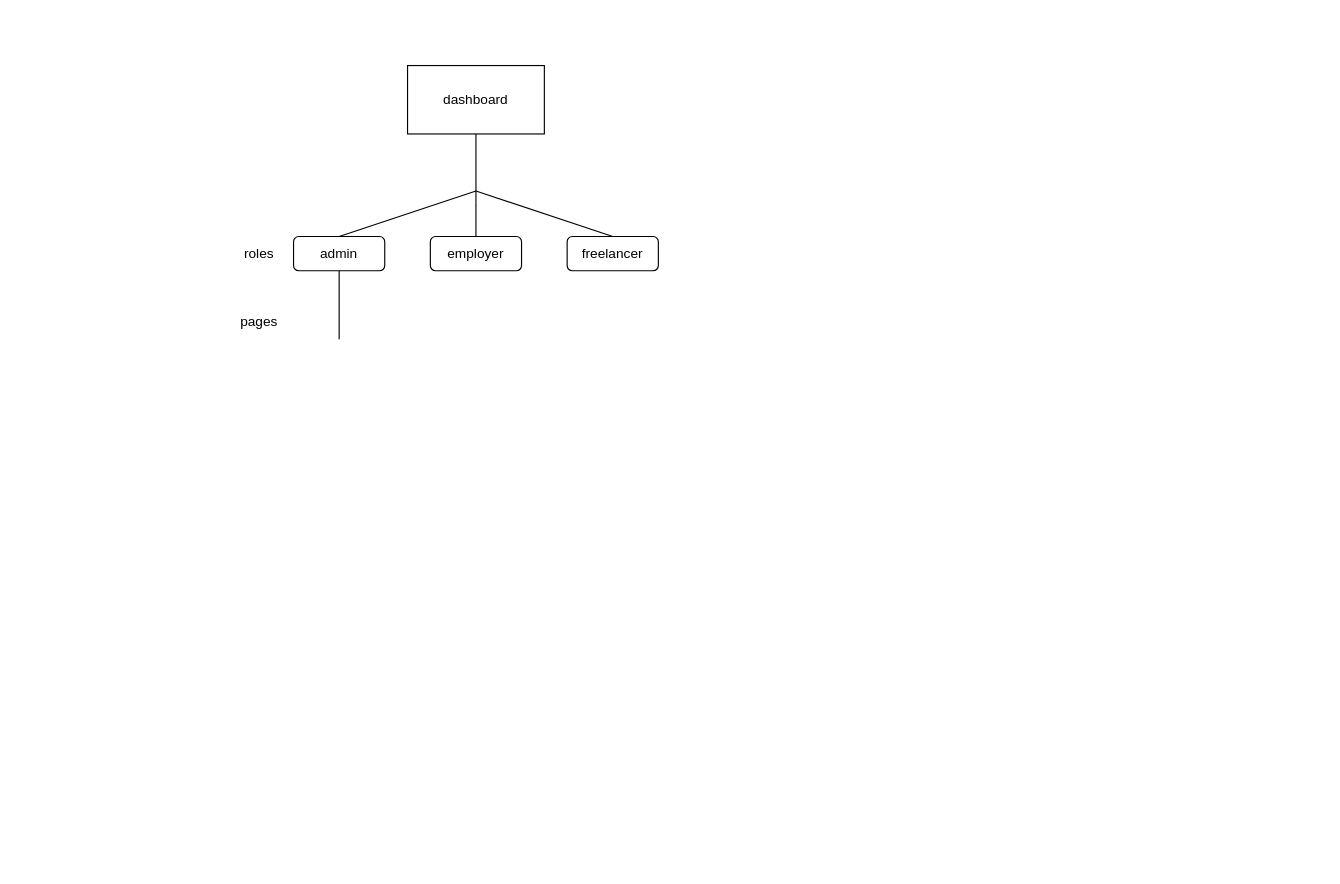
Earlier version of the draw.io diagram base/dashboard-folder-structur.drawio (RwinZakeri/up). Source tidied: cells renumbered, new cells numbered last; positions are measured from the earlier drawing's top-left corner, leaving out a move shared by most shapes. Both pictures are drawn from the tidied source at 114%, with x=0, y=0 at pixel (225, 65).
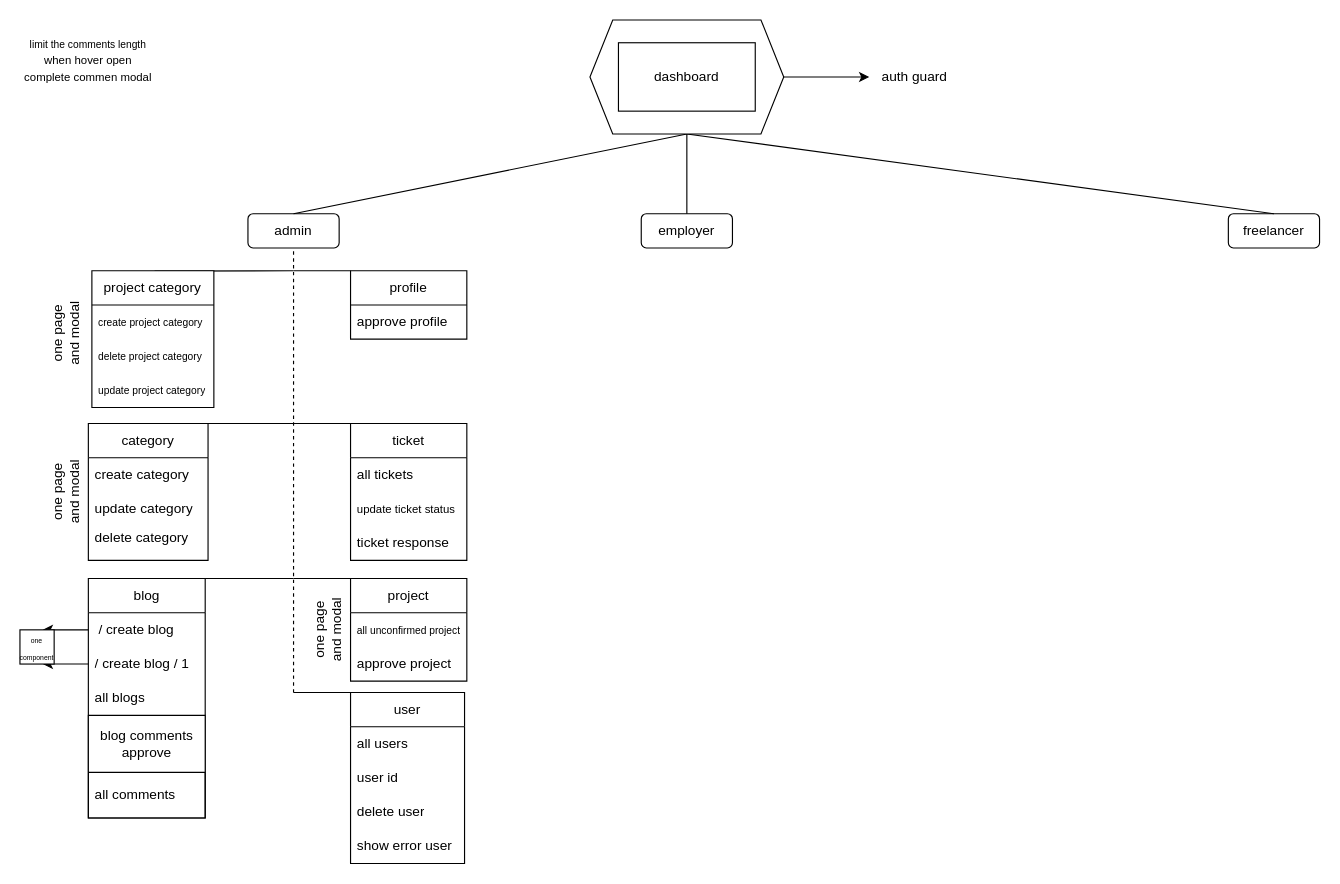
The same diagram, later.

Commit message:
[base] working on admin folder structure

What changed in the source:
```diff
@@
-    <mxCell id="2" value="dashboard" style="rounded=0;whiteSpace=wrap;html=1;" parent="1" vertex="1">
-      <mxGeometry x="160" width="120" height="60" as="geometry" />
-    </mxCell>
-    <mxCell id="3" style="endArrow=none;html=1;rounded=0;entryX=0.5;entryY=1;entryDx=0;entryDy=0;" parent="1" edge="1" target="2">
-      <mxGeometry relative="1" as="geometry">
-        <mxPoint x="220" y="120" as="sourcePoint" />
-      </mxGeometry>
-    </mxCell>
     <mxCell id="4" value="freelancer" style="rounded=1;whiteSpace=wrap;html=1;" parent="1" vertex="1">
-      <mxGeometry x="300" y="150" width="80" height="30" as="geometry" />
+      <mxGeometry x="880" y="130" width="80" height="30" as="geometry" />
     </mxCell>
     <mxCell id="5" value="employer" style="rounded=1;whiteSpace=wrap;html=1;" parent="1" vertex="1">
-      <mxGeometry x="180" y="150" width="80" height="30" as="geometry" />
+      <mxGeometry x="365" y="130" width="80" height="30" as="geometry" />
     </mxCell>
     <mxCell id="6" value="admin" style="rounded=1;whiteSpace=wrap;html=1;" parent="1" vertex="1">
-      <mxGeometry x="60" y="150" width="80" height="30" as="geometry" />
+      <mxGeometry x="20" y="130" width="80" height="30" as="geometry" />
     </mxCell>
-    <mxCell id="7" style="endArrow=none;html=1;rounded=0;exitX=0.5;exitY=0;exitDx=0;exitDy=0;" parent="1" edge="1" source="5">
-      <mxGeometry relative="1" as="geometry">
-        <mxPoint x="220" y="120" as="targetPoint" />
-      </mxGeometry>
+    <mxCell id="7" style="endArrow=none;html=1;rounded=0;exitX=0.5;exitY=0;exitDx=0;exitDy=0;entryX=0.5;entryY=1;entryDx=0;entryDy=0;" parent="1" edge="1" source="5" target="13">
+      <mxGeometry relative="1" as="geometry" />
     </mxCell>
-    <mxCell id="8" style="endArrow=none;html=1;rounded=0;exitX=0.5;exitY=0;exitDx=0;exitDy=0;" parent="1" edge="1" source="6">
-      <mxGeometry relative="1" as="geometry">
-        <mxPoint x="220" y="110" as="targetPoint" />
-      </mxGeometry>
+    <mxCell id="8" style="endArrow=none;html=1;rounded=0;exitX=0.5;exitY=0;exitDx=0;exitDy=0;entryX=0.5;entryY=1;entryDx=0;entryDy=0;" parent="1" edge="1" source="6" target="13">
+      <mxGeometry relative="1" as="geometry" />
     </mxCell>
-    <mxCell id="9" style="endArrow=none;html=1;rounded=0;exitX=0.5;exitY=0;exitDx=0;exitDy=0;" parent="1" edge="1" source="4">
-      <mxGeometry relative="1" as="geometry">
-        <mxPoint x="220" y="110" as="targetPoint" />
-      </mxGeometry>
+    <mxCell id="9" style="endArrow=none;html=1;rounded=0;exitX=0.5;exitY=0;exitDx=0;exitDy=0;entryX=0.5;entryY=1;entryDx=0;entryDy=0;" parent="1" edge="1" source="4" target="13">
+      <mxGeometry relative="1" as="geometry" />
     </mxCell>
-    <mxCell id="10" value="roles" style="text;html=1;align=center;verticalAlign=middle;whiteSpace=wrap;rounded=0;" parent="1" vertex="1">
-      <mxGeometry y="150" width="60" height="30" as="geometry" />
-    </mxCell>
-    <mxCell id="11" style="endArrow=none;html=1;rounded=0;entryX=0.5;entryY=1;entryDx=0;entryDy=0;" parent="1" edge="1" target="6">
+    <mxCell id="11" style="endArrow=none;html=1;rounded=0;exitX=0.5;exitY=0;exitDx=0;exitDy=0;" parent="1" edge="1" source="16">
       <mxGeometry relative="1" as="geometry">
-        <mxPoint x="100" y="240" as="sourcePoint" />
+        <mxPoint x="110" y="314" as="targetPoint" />
       </mxGeometry>
     </mxCell>
-    <mxCell id="12" value="pages" style="text;html=1;align=center;verticalAlign=middle;whiteSpace=wrap;rounded=0;" parent="1" vertex="1">
-      <mxGeometry y="210" width="60" height="30" as="geometry" />
-    </mxCell>
+    <mxCell id="13" style="shape=hexagon;perimeter=hexagonPerimeter2;whiteSpace=wrap;html=1;fixedSize=1;" parent="1" vertex="1">
+      <mxGeometry x="320" y="-40" width="170" height="100" as="geometry" />
+    </mxCell>
+    <mxCell id="2" value="dashboard" style="rounded=0;whiteSpace=wrap;html=1;" parent="1" vertex="1">
+      <mxGeometry x="345" y="-20" width="120" height="60" as="geometry" />
+    </mxCell>
+    <mxCell id="14" style="endArrow=classic;html=1;rounded=0;exitX=1;exitY=0.5;exitDx=0;exitDy=0;" parent="1" edge="1" source="13">
+      <mxGeometry relative="1" as="geometry">
+        <mxPoint x="565" y="10" as="targetPoint" />
+      </mxGeometry>
+    </mxCell>
+    <mxCell id="15" value="auth guard" style="text;html=1;align=center;verticalAlign=middle;whiteSpace=wrap;rounded=0;" parent="1" vertex="1">
+      <mxGeometry x="575" y="-5" width="60" height="30" as="geometry" />
+    </mxCell>
+    <mxCell id="16" value="category" style="swimlane;fontStyle=0;horizontal=1;startSize=30;whiteSpace=wrap;html=1;" parent="1" vertex="1">
+      <mxGeometry x="-120" y="314" width="105" height="120" as="geometry" />
+    </mxCell>
+    <mxCell id="17" value="create category" style="text;strokeColor=none;fillColor=none;align=left;verticalAlign=middle;spacingLeft=4;spacingRight=4;overflow=hidden;whiteSpace=wrap;html=1;" parent="16" vertex="1">
+      <mxGeometry y="30" width="105" height="30" as="geometry" />
+    </mxCell>
+    <mxCell id="18" value="update category" style="text;strokeColor=none;fillColor=none;align=left;verticalAlign=middle;spacingLeft=4;spacingRight=4;overflow=hidden;whiteSpace=wrap;html=1;" parent="16" vertex="1">
+      <mxGeometry y="60" width="105" height="30" as="geometry" />
+    </mxCell>
+    <mxCell id="19" value="delete category&lt;div&gt;&lt;br&gt;&lt;/div&gt;" style="text;strokeColor=none;fillColor=none;align=left;verticalAlign=middle;spacingLeft=4;spacingRight=4;overflow=hidden;whiteSpace=wrap;html=1;" parent="16" vertex="1">
+      <mxGeometry y="90" width="105" height="30" as="geometry" />
+    </mxCell>
+    <mxCell id="20" value="one page and modal" style="text;html=1;align=center;verticalAlign=middle;whiteSpace=wrap;rounded=0;rotation=-90;" parent="1" vertex="1">
+      <mxGeometry x="-170" y="359" width="60" height="30" as="geometry" />
+    </mxCell>
+    <mxCell id="21" style="endArrow=none;html=1;rounded=0;exitX=0.512;exitY=0;exitDx=0;exitDy=0;exitPerimeter=0;" parent="1" edge="1" source="22">
+      <mxGeometry relative="1" as="geometry">
+        <mxPoint x="60" y="450" as="targetPoint" />
+      </mxGeometry>
+    </mxCell>
+    <mxCell id="22" value="blog" style="swimlane;fontStyle=0;horizontal=1;startSize=30;whiteSpace=wrap;html=1;" parent="1" vertex="1">
+      <mxGeometry x="-120" y="450" width="102.5" height="210" as="geometry" />
+    </mxCell>
+    <mxCell id="23" style="edgeStyle=orthogonalEdgeStyle;rounded=0;jettySize=auto;html=1;" parent="22" edge="1" source="24">
+      <mxGeometry relative="1" as="geometry">
+        <mxPoint x="-40" y="45" as="targetPoint" />
+      </mxGeometry>
+    </mxCell>
+    <mxCell id="24" value="&amp;nbsp;/ create blog" style="text;strokeColor=none;fillColor=none;align=left;verticalAlign=middle;spacingLeft=4;spacingRight=4;overflow=hidden;points=[[0,0.5],[1,0.5]];portConstraint=eastwest;whiteSpace=wrap;html=1;" parent="22" vertex="1">
+      <mxGeometry y="30" width="102.5" height="30" as="geometry" />
+    </mxCell>
+    <mxCell id="25" style="edgeStyle=orthogonalEdgeStyle;rounded=0;jettySize=auto;html=1;" parent="22" edge="1" source="26">
+      <mxGeometry relative="1" as="geometry">
+        <mxPoint x="-40" y="75" as="targetPoint" />
+      </mxGeometry>
+    </mxCell>
+    <mxCell id="26" value="/ create blog / 1" style="text;strokeColor=none;fillColor=none;align=left;verticalAlign=middle;spacingLeft=4;spacingRight=4;overflow=hidden;points=[[0,0.5],[1,0.5]];portConstraint=eastwest;whiteSpace=wrap;html=1;" parent="22" vertex="1">
+      <mxGeometry y="60" width="102.5" height="30" as="geometry" />
+    </mxCell>
+    <mxCell id="27" value="all blogs" style="text;strokeColor=none;fillColor=none;align=left;verticalAlign=middle;spacingLeft=4;spacingRight=4;overflow=hidden;whiteSpace=wrap;html=1;" parent="22" vertex="1">
+      <mxGeometry y="90" width="102.5" height="30" as="geometry" />
+    </mxCell>
+    <mxCell id="28" value="blog comments approve" style="swimlane;fontStyle=0;horizontal=1;startSize=50;whiteSpace=wrap;html=1;" parent="22" vertex="1">
+      <mxGeometry y="120" width="102.5" height="90" as="geometry" />
+    </mxCell>
+    <mxCell id="29" value="all comments" style="text;strokeColor=none;fillColor=none;align=left;verticalAlign=middle;spacingLeft=4;spacingRight=4;overflow=hidden;whiteSpace=wrap;html=1;" parent="28" vertex="1">
+      <mxGeometry y="50" width="102.5" height="40" as="geometry" />
+    </mxCell>
+    <mxCell id="30" value="&lt;font style=&quot;font-size: 9px;&quot;&gt;limit the comments length&lt;/font&gt;&lt;div&gt;&lt;font size=&quot;1&quot;&gt;when hover open complete commen modal&lt;/font&gt;&lt;/div&gt;" style="text;html=1;align=center;verticalAlign=middle;whiteSpace=wrap;rounded=0;" parent="1" vertex="1">
+      <mxGeometry x="-180" y="-40" width="120" height="70" as="geometry" />
+    </mxCell>
+    <mxCell id="31" value="&lt;font style=&quot;font-size: 6px;&quot;&gt;one component&lt;/font&gt;" style="rounded=0;whiteSpace=wrap;html=1;" parent="1" vertex="1">
+      <mxGeometry x="-180" y="495" width="30" height="30" as="geometry" />
+    </mxCell>
+    <mxCell id="32" style="endArrow=none;html=1;rounded=0;entryX=0.514;entryY=0.003;entryDx=0;entryDy=0;entryPerimeter=0;" parent="1" edge="1" target="41">
+      <mxGeometry relative="1" as="geometry">
+        <mxPoint x="60" y="180" as="sourcePoint" />
+      </mxGeometry>
+    </mxCell>
+    <mxCell id="33" value="profile" style="swimlane;fontStyle=0;horizontal=1;startSize=30;whiteSpace=wrap;html=1;" parent="1" vertex="1">
+      <mxGeometry x="110" y="180" width="102" height="60" as="geometry" />
+    </mxCell>
+    <mxCell id="34" value="approve profile&amp;nbsp;" style="text;strokeColor=none;fillColor=none;align=left;verticalAlign=middle;spacingLeft=4;spacingRight=4;overflow=hidden;whiteSpace=wrap;html=1;" parent="33" vertex="1">
+      <mxGeometry y="30" width="102" height="30" as="geometry" />
+    </mxCell>
+    <mxCell id="35" style="endArrow=none;html=1;rounded=0;entryX=0;entryY=0;entryDx=0;entryDy=0;" parent="1" edge="1" target="33">
+      <mxGeometry relative="1" as="geometry">
+        <mxPoint x="60" y="180" as="sourcePoint" />
+      </mxGeometry>
+    </mxCell>
+    <mxCell id="36" value="one page and modal" style="text;html=1;align=center;verticalAlign=middle;whiteSpace=wrap;rounded=0;rotation=-90;" parent="1" vertex="1">
+      <mxGeometry x="-170" y="220" width="60" height="30" as="geometry" />
+    </mxCell>
+    <mxCell id="37" value="project" style="swimlane;fontStyle=0;horizontal=1;startSize=30;whiteSpace=wrap;html=1;" parent="1" vertex="1">
+      <mxGeometry x="110" y="450" width="102" height="90" as="geometry" />
+    </mxCell>
+    <mxCell id="38" value="&lt;font style=&quot;font-size: 9px;&quot;&gt;all unconfirmed project&lt;/font&gt;" style="text;strokeColor=none;fillColor=none;align=left;verticalAlign=middle;spacingLeft=4;spacingRight=4;overflow=hidden;whiteSpace=wrap;html=1;" parent="37" vertex="1">
+      <mxGeometry y="30" width="102" height="30" as="geometry" />
+    </mxCell>
+    <mxCell id="39" value="approve project" style="text;strokeColor=none;fillColor=none;align=left;verticalAlign=middle;spacingLeft=4;spacingRight=4;overflow=hidden;whiteSpace=wrap;html=1;" parent="37" vertex="1">
+      <mxGeometry y="60" width="102" height="30" as="geometry" />
+    </mxCell>
+    <mxCell id="40" style="endArrow=none;html=1;rounded=0;entryX=0;entryY=0;entryDx=0;entryDy=0;" parent="1" edge="1" target="37">
+      <mxGeometry relative="1" as="geometry">
+        <mxPoint x="60" y="450" as="sourcePoint" />
+      </mxGeometry>
+    </mxCell>
+    <mxCell id="41" value="project category" style="swimlane;fontStyle=0;horizontal=1;startSize=30;whiteSpace=wrap;html=1;" parent="1" vertex="1">
+      <mxGeometry x="-116.9" y="180" width="107" height="120" as="geometry" />
+    </mxCell>
+    <mxCell id="42" value="&lt;font style=&quot;font-size: 9px;&quot;&gt;create project category&lt;/font&gt;" style="text;strokeColor=none;fillColor=none;align=left;verticalAlign=middle;spacingLeft=4;spacingRight=4;overflow=hidden;whiteSpace=wrap;html=1;" parent="41" vertex="1">
+      <mxGeometry y="30" width="107" height="30" as="geometry" />
+    </mxCell>
+    <mxCell id="43" value="&lt;font style=&quot;font-size: 9px;&quot;&gt;delete project category&amp;nbsp;&lt;/font&gt;" style="text;strokeColor=none;fillColor=none;align=left;verticalAlign=middle;spacingLeft=4;spacingRight=4;overflow=hidden;whiteSpace=wrap;html=1;" parent="41" vertex="1">
+      <mxGeometry y="60" width="107" height="30" as="geometry" />
+    </mxCell>
+    <mxCell id="44" value="&lt;font style=&quot;font-size: 9px;&quot;&gt;update project category&lt;/font&gt;" style="text;strokeColor=none;fillColor=none;align=left;verticalAlign=middle;spacingLeft=4;spacingRight=4;overflow=hidden;whiteSpace=wrap;html=1;" parent="41" vertex="1">
+      <mxGeometry y="90" width="107" height="30" as="geometry" />
+    </mxCell>
+    <mxCell id="45" value="one page and modal" style="text;html=1;align=center;verticalAlign=middle;whiteSpace=wrap;rounded=0;rotation=-90;" parent="1" vertex="1">
+      <mxGeometry x="60" y="480" width="60" height="30" as="geometry" />
+    </mxCell>
+    <mxCell id="46" value="ticket" style="swimlane;fontStyle=0;horizontal=1;startSize=30;whiteSpace=wrap;html=1;" parent="1" vertex="1">
+      <mxGeometry x="110" y="314" width="102" height="120" as="geometry" />
+    </mxCell>
+    <mxCell id="47" value="all tickets&amp;nbsp;" style="text;strokeColor=none;fillColor=none;align=left;verticalAlign=middle;spacingLeft=4;spacingRight=4;overflow=hidden;whiteSpace=wrap;html=1;" parent="46" vertex="1">
+      <mxGeometry y="30" width="102" height="30" as="geometry" />
+    </mxCell>
+    <mxCell id="48" value="&lt;font style=&quot;font-size: 10px;&quot;&gt;update ticket status&lt;/font&gt;" style="text;strokeColor=none;fillColor=none;align=left;verticalAlign=middle;spacingLeft=4;spacingRight=4;overflow=hidden;whiteSpace=wrap;html=1;" parent="46" vertex="1">
+      <mxGeometry y="60" width="102" height="30" as="geometry" />
+    </mxCell>
+    <mxCell id="49" value="ticket response" style="text;strokeColor=none;fillColor=none;align=left;verticalAlign=middle;spacingLeft=4;spacingRight=4;overflow=hidden;whiteSpace=wrap;html=1;" parent="46" vertex="1">
+      <mxGeometry y="90" width="102" height="30" as="geometry" />
+    </mxCell>
+    <mxCell id="50" style="endArrow=none;html=1;rounded=0;entryX=0.5;entryY=0;entryDx=0;entryDy=0;" parent="1" edge="1" target="46">
+      <mxGeometry relative="1" as="geometry">
+        <mxPoint x="50" y="314" as="sourcePoint" />
+      </mxGeometry>
+    </mxCell>
+    <mxCell id="51" style="endArrow=none;dashed=1;html=1;rounded=0;entryX=0.5;entryY=1;entryDx=0;entryDy=0;" parent="1" edge="1" target="6">
+      <mxGeometry relative="1" as="geometry">
+        <mxPoint x="60" y="550" as="sourcePoint" />
+      </mxGeometry>
+    </mxCell>
+    <mxCell id="52" value="user" style="swimlane;fontStyle=0;horizontal=1;startSize=30;whiteSpace=wrap;html=1;" parent="1" vertex="1">
+      <mxGeometry x="110" y="550" width="100" height="150" as="geometry" />
+    </mxCell>
+    <mxCell id="53" value="all users" style="text;strokeColor=none;fillColor=none;align=left;verticalAlign=middle;spacingLeft=4;spacingRight=4;overflow=hidden;whiteSpace=wrap;html=1;" parent="52" vertex="1">
+      <mxGeometry y="30" width="100" height="30" as="geometry" />
+    </mxCell>
+    <mxCell id="54" value="user id&amp;nbsp;" style="text;strokeColor=none;fillColor=none;align=left;verticalAlign=middle;spacingLeft=4;spacingRight=4;overflow=hidden;whiteSpace=wrap;html=1;" parent="52" vertex="1">
+      <mxGeometry y="60" width="100" height="30" as="geometry" />
+    </mxCell>
+    <mxCell id="55" value="delete user" style="text;strokeColor=none;fillColor=none;align=left;verticalAlign=middle;spacingLeft=4;spacingRight=4;overflow=hidden;whiteSpace=wrap;html=1;" parent="52" vertex="1">
+      <mxGeometry y="90" width="100" height="30" as="geometry" />
+    </mxCell>
+    <mxCell id="56" value="show error user&amp;nbsp;" style="text;strokeColor=none;fillColor=none;align=left;verticalAlign=middle;spacingLeft=4;spacingRight=4;overflow=hidden;whiteSpace=wrap;html=1;" parent="52" vertex="1">
+      <mxGeometry y="120" width="100" height="30" as="geometry" />
+    </mxCell>
+    <mxCell id="57" style="endArrow=none;html=1;rounded=0;entryX=0.5;entryY=0;entryDx=0;entryDy=0;" parent="1" edge="1" target="52">
+      <mxGeometry relative="1" as="geometry">
+        <mxPoint x="60" y="550" as="sourcePoint" />
+      </mxGeometry>
+    </mxCell>
```
